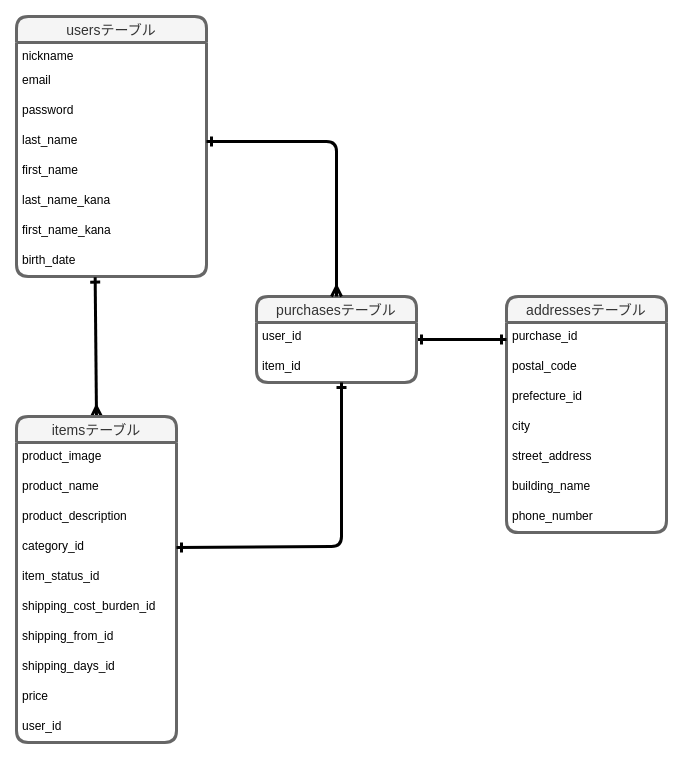
Before: ER.dio in AiShuka/furima-41907, a draw.io diagram. Source tidied: cells renumbered, new cells numbered last; positions are measured from the earlier drawing's top-left corner, leaving out a move shared by most shapes. Both pictures are drawn from the tidied source at 100%, with x=0, y=0 at pixel (16, 16).
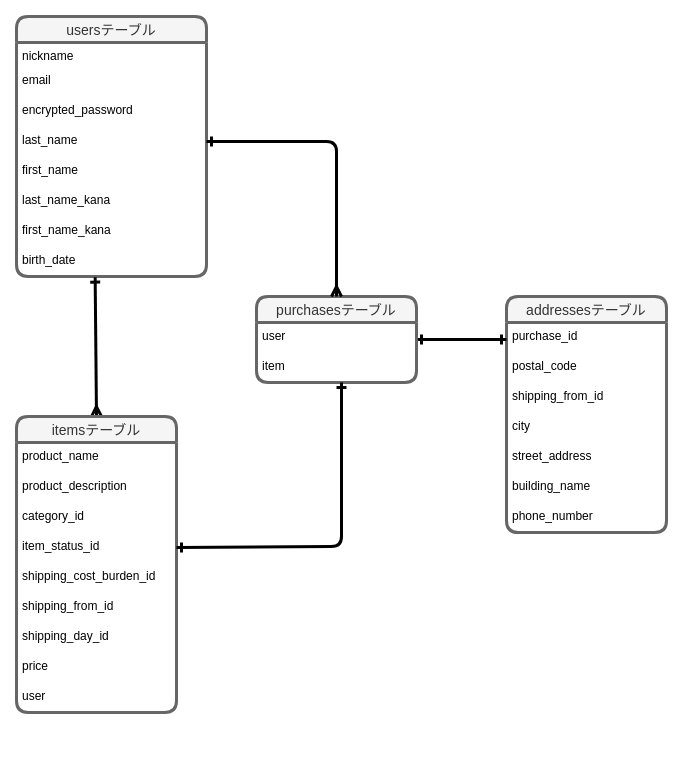
Above is the later version.

The change refers to these unchanged cells:
```xml
<mxCell id="2" value="usersテーブル" style="swimlane;fontStyle=0;horizontal=1;startSize=26;align=center;fontSize=14;swimlaneFillColor=none;labelBorderColor=none;labelBackgroundColor=none;shadow=0;swimlaneLine=1;fixDash=0;fillStyle=auto;rounded=1;fillColor=#f5f5f5;fontColor=#333333;strokeColor=#666666;strokeWidth=3;perimeterSpacing=0;" parent="1" vertex="1">
  <mxGeometry width="190" height="260" as="geometry" />
</mxCell>
<mxCell id="23" value="addressesテーブル" style="swimlane;fontStyle=0;horizontal=1;startSize=26;align=center;fontSize=14;swimlaneFillColor=none;rounded=1;fillColor=#f5f5f5;fontColor=#333333;strokeColor=#666666;strokeWidth=3;" parent="1" vertex="1">
  <mxGeometry x="490" y="280" width="160" height="236" as="geometry" />
</mxCell>
<mxCell id="32" value="purchasesテーブル" style="swimlane;fontStyle=0;horizontal=1;startSize=26;align=center;fontSize=14;fillColor=#f5f5f5;fontColor=#333333;strokeColor=#666666;swimlaneFillColor=none;rounded=1;strokeWidth=3;" parent="1" vertex="1">
  <mxGeometry x="240" y="280" width="160" height="86" as="geometry" />
</mxCell>
```

What changed in the source:
```diff
@@
-    <mxCell id="5" value="password&#10;&#10;" style="text;strokeColor=none;fillColor=none;spacingLeft=4;spacingRight=4;overflow=hidden;fontSize=12;" parent="2" vertex="1">
+    <mxCell id="5" value="encrypted_password" style="text;strokeColor=none;fillColor=none;spacingLeft=4;spacingRight=4;overflow=hidden;fontSize=12;" parent="2" vertex="1">
       <mxGeometry y="80" width="190" height="30" as="geometry" />
     </mxCell>
@@
     <mxCell id="12" value="itemsテーブル" style="swimlane;fontStyle=0;horizontal=1;startSize=26;align=center;fontSize=14;fillColor=#f5f5f5;fontColor=#333333;strokeColor=#666666;swimlaneFillColor=none;rounded=1;strokeWidth=3;" parent="1" vertex="1">
-      <mxGeometry y="400" width="160" height="326" as="geometry" />
+      <mxGeometry y="400" width="160" height="296" as="geometry" />
     </mxCell>
-    <mxCell id="13" value="product_image" style="text;strokeColor=none;fillColor=none;spacingLeft=4;spacingRight=4;overflow=hidden;fontSize=12;" parent="12" vertex="1">
-      <mxGeometry y="26" width="160" height="30" as="geometry" />
-    </mxCell>
     <mxCell id="14" value="product_name&#10;" style="text;strokeColor=none;fillColor=none;spacingLeft=4;spacingRight=4;overflow=hidden;fontSize=12;" parent="12" vertex="1">
-      <mxGeometry y="56" width="160" height="30" as="geometry" />
+      <mxGeometry y="26" width="160" height="30" as="geometry" />
     </mxCell>
     <mxCell id="15" value="product_description" style="text;strokeColor=none;fillColor=none;spacingLeft=4;spacingRight=4;overflow=hidden;fontSize=12;" parent="12" vertex="1">
-      <mxGeometry y="86" width="160" height="30" as="geometry" />
+      <mxGeometry y="56" width="160" height="30" as="geometry" />
     </mxCell>
     <mxCell id="16" value="category_id" style="text;strokeColor=none;fillColor=none;spacingLeft=4;spacingRight=4;overflow=hidden;points=[[0,0.5],[1,0.5]];portConstraint=eastwest;fontSize=12;" parent="12" vertex="1">
-      <mxGeometry y="116" width="160" height="30" as="geometry" />
+      <mxGeometry y="86" width="160" height="30" as="geometry" />
     </mxCell>
     <mxCell id="17" value="item_status_id" style="text;strokeColor=none;fillColor=none;spacingLeft=4;spacingRight=4;overflow=hidden;points=[[0,0.5],[1,0.5]];portConstraint=eastwest;fontSize=12;" parent="12" vertex="1">
-      <mxGeometry y="146" width="160" height="30" as="geometry" />
+      <mxGeometry y="116" width="160" height="30" as="geometry" />
     </mxCell>
     <mxCell id="18" value="shipping_cost_burden_id" style="text;strokeColor=none;fillColor=none;spacingLeft=4;spacingRight=4;overflow=hidden;fontSize=12;" parent="12" vertex="1">
-      <mxGeometry y="176" width="160" height="30" as="geometry" />
+      <mxGeometry y="146" width="160" height="30" as="geometry" />
     </mxCell>
     <mxCell id="19" value="shipping_from_id" style="text;strokeColor=none;fillColor=none;spacingLeft=4;spacingRight=4;overflow=hidden;fontSize=12;" parent="12" vertex="1">
-      <mxGeometry y="206" width="160" height="30" as="geometry" />
+      <mxGeometry y="176" width="160" height="30" as="geometry" />
     </mxCell>
-    <mxCell id="20" value="shipping_days_id&#10;" style="text;strokeColor=none;fillColor=none;spacingLeft=4;spacingRight=4;overflow=hidden;fontSize=12;" parent="12" vertex="1">
-      <mxGeometry y="236" width="160" height="30" as="geometry" />
+    <mxCell id="20" value="shipping_day_id" style="text;strokeColor=none;fillColor=none;spacingLeft=4;spacingRight=4;overflow=hidden;fontSize=12;" parent="12" vertex="1">
+      <mxGeometry y="206" width="160" height="30" as="geometry" />
     </mxCell>
     <mxCell id="21" value="price" style="text;strokeColor=none;fillColor=none;spacingLeft=4;spacingRight=4;overflow=hidden;fontSize=12;" parent="12" vertex="1">
-      <mxGeometry y="266" width="160" height="30" as="geometry" />
+      <mxGeometry y="236" width="160" height="30" as="geometry" />
     </mxCell>
-    <mxCell id="22" value="user_id" style="text;strokeColor=none;fillColor=none;spacingLeft=4;spacingRight=4;overflow=hidden;fontSize=12;" parent="12" vertex="1">
-      <mxGeometry y="296" width="160" height="30" as="geometry" />
+    <mxCell id="22" value="user" style="text;strokeColor=none;fillColor=none;spacingLeft=4;spacingRight=4;overflow=hidden;fontSize=12;" parent="12" vertex="1">
+      <mxGeometry y="266" width="160" height="30" as="geometry" />
     </mxCell>
@@
-    <mxCell id="26" value="prefecture_id" style="text;strokeColor=none;fillColor=none;spacingLeft=4;spacingRight=4;overflow=hidden;fontSize=12;" parent="23" vertex="1">
+    <mxCell id="26" value="shipping_from_id" style="text;strokeColor=none;fillColor=none;spacingLeft=4;spacingRight=4;overflow=hidden;fontSize=12;" parent="23" vertex="1">
       <mxGeometry y="86" width="160" height="30" as="geometry" />
     </mxCell>
@@
-    <mxCell id="33" value="user_id" style="text;strokeColor=none;fillColor=none;spacingLeft=4;spacingRight=4;overflow=hidden;fontSize=12;rounded=1;" parent="32" vertex="1">
+    <mxCell id="33" value="user" style="text;strokeColor=none;fillColor=none;spacingLeft=4;spacingRight=4;overflow=hidden;fontSize=12;rounded=1;" parent="32" vertex="1">
       <mxGeometry y="26" width="160" height="30" as="geometry" />
     </mxCell>
-    <mxCell id="34" value="item_id" style="text;strokeColor=none;fillColor=none;spacingLeft=4;spacingRight=4;overflow=hidden;fontSize=12;" parent="32" vertex="1">
+    <mxCell id="34" value="item" style="text;strokeColor=none;fillColor=none;spacingLeft=4;spacingRight=4;overflow=hidden;fontSize=12;" parent="32" vertex="1">
       <mxGeometry y="56" width="160" height="30" as="geometry" />
     </mxCell>
@@
-    <mxCell id="37" style="edgeStyle=none;html=1;exitX=1;exitY=0.5;exitDx=0;exitDy=0;strokeWidth=3;startArrow=ERone;startFill=0;endArrow=ERone;endFill=0;" parent="1" edge="1" source="16">
+    <mxCell id="37" style="edgeStyle=none;html=1;exitX=1;exitY=0.5;exitDx=0;exitDy=0;strokeWidth=3;startArrow=ERone;startFill=0;endArrow=ERone;endFill=0;" parent="1" edge="1" source="17">
       <mxGeometry relative="1" as="geometry">
         <mxPoint x="325" y="366" as="targetPoint" />
         <Array as="points">
           <mxPoint x="325" y="530" />
         </Array>
       </mxGeometry>
     </mxCell>
```
